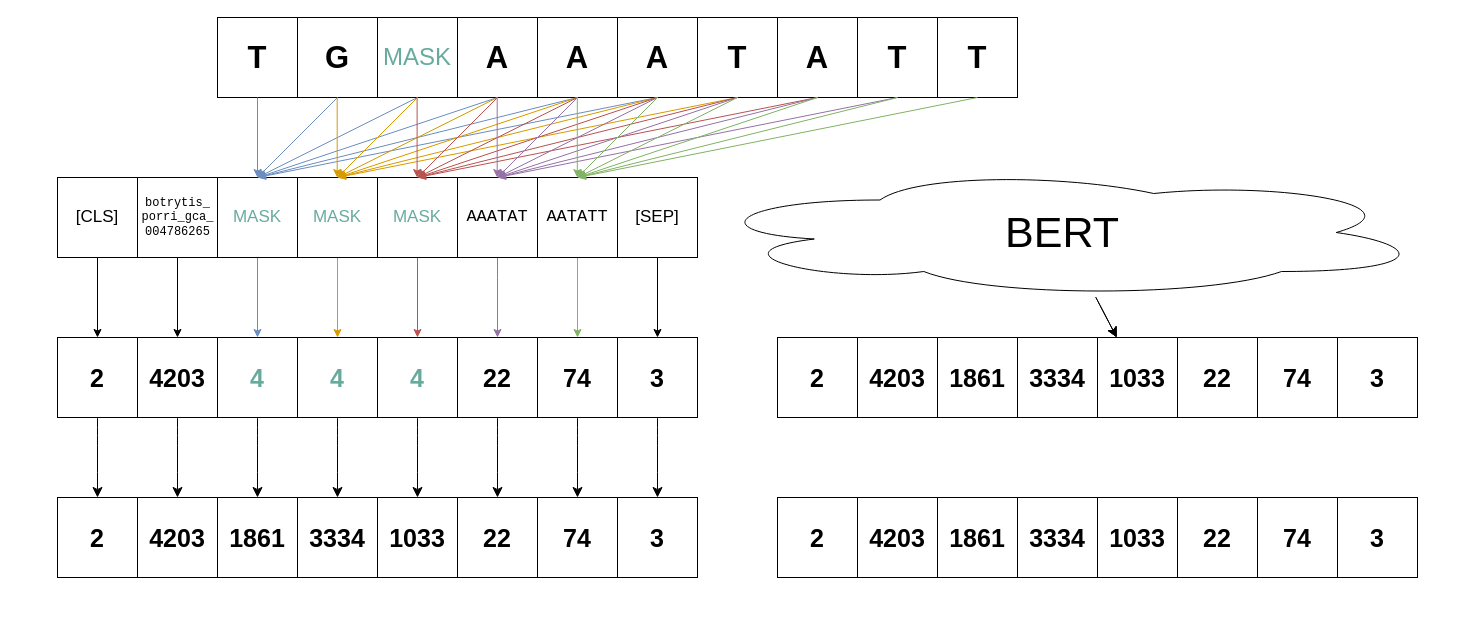
Before: loss.drawio in flyingkukri/thesis, a draw.io diagram. Source tidied: cells renumbered, new cells numbered last; positions are measured from the earlier drawing's top-left corner, leaving out a move shared by most shapes. Both pictures are drawn from the tidied source at 100%, with x=0, y=0 at pixel (57, 17).
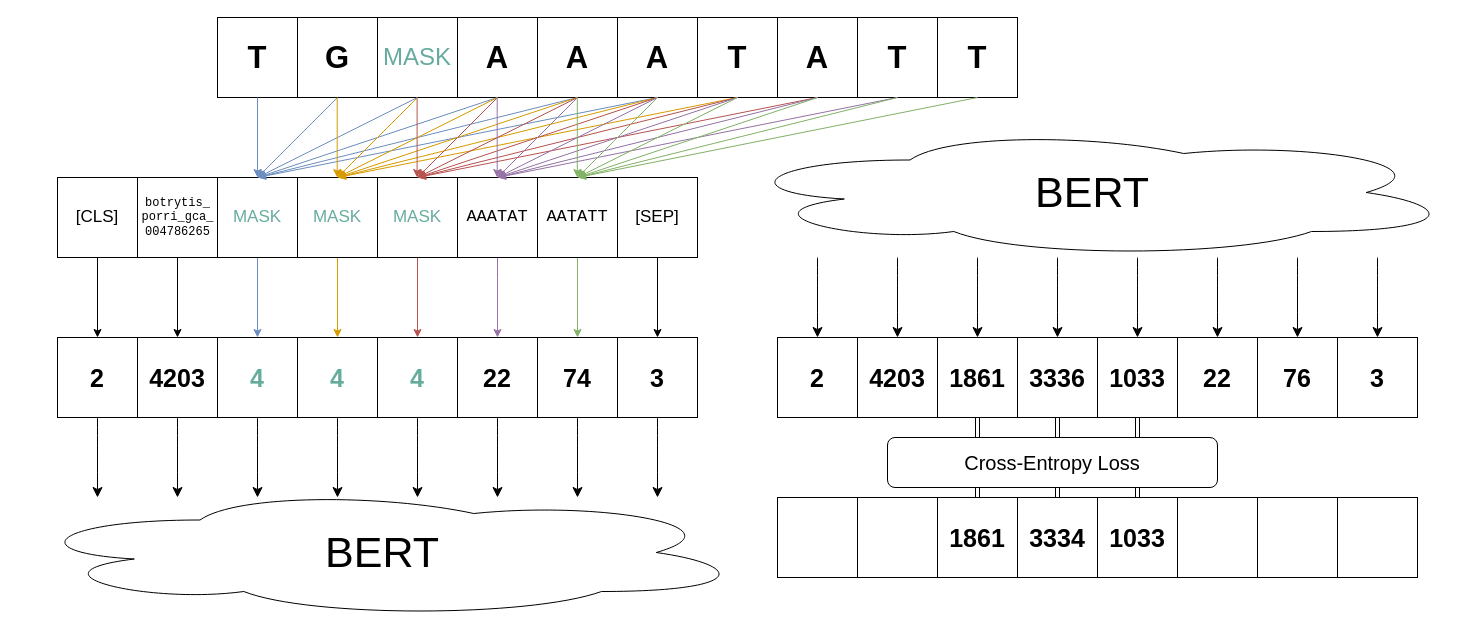
The same diagram, later.

Unchanged cells that the change refers to:
```xml
<mxCell id="23" value="4" style="whiteSpace=wrap;html=1;fontSize=25;fontStyle=1;fontColor=#67AB9F;" parent="1" vertex="1">
  <mxGeometry x="160" y="320" width="80" height="80" as="geometry" />
</mxCell>
<mxCell id="25" value="4" style="whiteSpace=wrap;html=1;fontSize=25;fontStyle=1;fontColor=#67AB9F;" parent="1" vertex="1">
  <mxGeometry x="240" y="320" width="80" height="80" as="geometry" />
</mxCell>
<mxCell id="27" value="4" style="whiteSpace=wrap;html=1;fontSize=25;fontStyle=1;fontColor=#67AB9F;" parent="1" vertex="1">
  <mxGeometry x="320" y="320" width="80" height="80" as="geometry" />
</mxCell>
<mxCell id="29" value="22" style="whiteSpace=wrap;html=1;fontSize=25;fontStyle=1;" parent="1" vertex="1">
  <mxGeometry x="400" y="320" width="80" height="80" as="geometry" />
</mxCell>
<mxCell id="31" value="74" style="whiteSpace=wrap;html=1;fontSize=25;fontStyle=1;" parent="1" vertex="1">
  <mxGeometry x="480" y="320" width="80" height="80" as="geometry" />
</mxCell>
<mxCell id="69" value="4203" style="whiteSpace=wrap;html=1;fontSize=25;fontStyle=1;" parent="1" vertex="1">
  <mxGeometry x="80" y="320" width="80" height="80" as="geometry" />
</mxCell>
<mxCell id="71" value="2" style="whiteSpace=wrap;html=1;fontSize=25;fontStyle=1;" parent="1" vertex="1">
  <mxGeometry y="320" width="80" height="80" as="geometry" />
</mxCell>
<mxCell id="73" value="3" style="whiteSpace=wrap;html=1;fontSize=25;fontStyle=1;" parent="1" vertex="1">
  <mxGeometry x="560" y="320" width="80" height="80" as="geometry" />
</mxCell>
<mxCell id="74" value="1861" style="whiteSpace=wrap;html=1;fontSize=25;fontStyle=1;" parent="1" vertex="1">
  <mxGeometry x="880" y="320" width="80" height="80" as="geometry" />
</mxCell>
<mxCell id="76" value="1033" style="whiteSpace=wrap;html=1;fontSize=25;fontStyle=1;" parent="1" vertex="1">
  <mxGeometry x="1040" y="320" width="80" height="80" as="geometry" />
</mxCell>
<mxCell id="82" value="1861" style="whiteSpace=wrap;html=1;fontSize=25;fontStyle=1;" parent="1" vertex="1">
  <mxGeometry x="880" y="480" width="80" height="80" as="geometry" />
</mxCell>
<mxCell id="83" value="3334" style="whiteSpace=wrap;html=1;fontSize=25;fontStyle=1;" parent="1" vertex="1">
  <mxGeometry x="960" y="480" width="80" height="80" as="geometry" />
</mxCell>
<mxCell id="84" value="1033" style="whiteSpace=wrap;html=1;fontSize=25;fontStyle=1;" parent="1" vertex="1">
  <mxGeometry x="1040" y="480" width="80" height="80" as="geometry" />
</mxCell>
```

Diff of the diagram source:
```diff
@@
-    <mxCell id="22" style="edgeStyle=none;curved=1;rounded=0;jettySize=auto;html=1;fontSize=12;startSize=8;endSize=8;entryX=0.5;entryY=0;entryDx=0;entryDy=0;" parent="1" edge="1" source="23" target="93">
-      <mxGeometry relative="1" as="geometry" />
+    <mxCell id="22" style="edgeStyle=none;curved=1;rounded=0;jettySize=auto;html=1;fontSize=12;startSize=8;endSize=8;entryX=0.5;entryY=0;entryDx=0;entryDy=0;" parent="1" edge="1" source="23">
+      <mxGeometry relative="1" as="geometry">
+        <mxPoint x="200" y="480" as="targetPoint" />
+      </mxGeometry>
     </mxCell>
@@
-    <mxCell id="24" style="edgeStyle=none;curved=1;rounded=0;jettySize=auto;html=1;fontSize=12;startSize=8;endSize=8;" parent="1" edge="1" source="25" target="94">
-      <mxGeometry relative="1" as="geometry" />
+    <mxCell id="24" style="edgeStyle=none;curved=1;rounded=0;jettySize=auto;html=1;fontSize=12;startSize=8;endSize=8;" parent="1" edge="1" source="25">
+      <mxGeometry relative="1" as="geometry">
+        <mxPoint x="280" y="480" as="targetPoint" />
+      </mxGeometry>
     </mxCell>
@@
-    <mxCell id="26" style="edgeStyle=none;curved=1;rounded=0;jettySize=auto;html=1;fontSize=12;startSize=8;endSize=8;" parent="1" edge="1" source="27" target="95">
-      <mxGeometry relative="1" as="geometry" />
+    <mxCell id="26" style="edgeStyle=none;curved=1;rounded=0;jettySize=auto;html=1;fontSize=12;startSize=8;endSize=8;" parent="1" edge="1" source="27">
+      <mxGeometry relative="1" as="geometry">
+        <mxPoint x="360" y="480" as="targetPoint" />
+      </mxGeometry>
     </mxCell>
@@
-    <mxCell id="28" style="edgeStyle=none;curved=1;rounded=0;jettySize=auto;html=1;fontSize=12;startSize=8;endSize=8;" parent="1" edge="1" source="29" target="96">
-      <mxGeometry relative="1" as="geometry" />
+    <mxCell id="28" style="edgeStyle=none;curved=1;rounded=0;jettySize=auto;html=1;fontSize=12;startSize=8;endSize=8;" parent="1" edge="1" source="29">
+      <mxGeometry relative="1" as="geometry">
+        <mxPoint x="440" y="480" as="targetPoint" />
+      </mxGeometry>
     </mxCell>
@@
-    <mxCell id="30" style="edgeStyle=none;curved=1;rounded=0;jettySize=auto;html=1;fontSize=12;startSize=8;endSize=8;" parent="1" edge="1" source="31" target="97">
-      <mxGeometry relative="1" as="geometry" />
+    <mxCell id="30" style="edgeStyle=none;curved=1;rounded=0;jettySize=auto;html=1;fontSize=12;startSize=8;endSize=8;" parent="1" edge="1" source="31">
+      <mxGeometry relative="1" as="geometry">
+        <mxPoint x="520" y="480" as="targetPoint" />
+      </mxGeometry>
     </mxCell>
@@
-    <mxCell id="68" style="edgeStyle=none;curved=1;rounded=0;jettySize=auto;html=1;fontSize=12;startSize=8;endSize=8;entryX=0.5;entryY=0;entryDx=0;entryDy=0;" parent="1" edge="1" source="69" target="98">
-      <mxGeometry relative="1" as="geometry" />
+    <mxCell id="68" style="edgeStyle=none;curved=1;rounded=0;jettySize=auto;html=1;fontSize=12;startSize=8;endSize=8;entryX=0.5;entryY=0;entryDx=0;entryDy=0;" parent="1" edge="1" source="69">
+      <mxGeometry relative="1" as="geometry">
+        <mxPoint x="120" y="480" as="targetPoint" />
+      </mxGeometry>
     </mxCell>
@@
-    <mxCell id="70" style="edgeStyle=none;curved=1;rounded=0;jettySize=auto;html=1;fontSize=12;startSize=8;endSize=8;" parent="1" edge="1" source="71" target="99">
-      <mxGeometry relative="1" as="geometry" />
+    <mxCell id="70" style="edgeStyle=none;curved=1;rounded=0;jettySize=auto;html=1;fontSize=12;startSize=8;endSize=8;" parent="1" edge="1" source="71">
+      <mxGeometry relative="1" as="geometry">
+        <mxPoint x="40" y="480" as="targetPoint" />
+      </mxGeometry>
     </mxCell>
@@
-    <mxCell id="72" style="edgeStyle=none;curved=1;rounded=0;jettySize=auto;html=1;fontSize=12;startSize=8;endSize=8;" parent="1" edge="1" source="73" target="100">
-      <mxGeometry relative="1" as="geometry" />
+    <mxCell id="72" style="edgeStyle=none;curved=1;rounded=0;jettySize=auto;html=1;fontSize=12;startSize=8;endSize=8;" parent="1" edge="1" source="73">
+      <mxGeometry relative="1" as="geometry">
+        <mxPoint x="600" y="480" as="targetPoint" />
+      </mxGeometry>
     </mxCell>
@@
+    <mxCell id="101" style="edgeStyle=orthogonalEdgeStyle;rounded=0;jettySize=auto;html=1;shape=link;" parent="1" edge="1" source="74" target="82">
+      <mxGeometry relative="1" as="geometry" />
+    </mxCell>
@@
+    <mxCell id="102" style="edgeStyle=orthogonalEdgeStyle;rounded=0;jettySize=auto;html=1;shape=link;" parent="1" edge="1" source="75" target="83">
+      <mxGeometry relative="1" as="geometry" />
+    </mxCell>
-    <mxCell id="75" value="3334" style="whiteSpace=wrap;html=1;fontSize=25;fontStyle=1;" parent="1" vertex="1">
+    <mxCell id="75" value="3336" style="whiteSpace=wrap;html=1;fontSize=25;fontStyle=1;" parent="1" vertex="1">
       <mxGeometry x="960" y="320" width="80" height="80" as="geometry" />
     </mxCell>
+    <mxCell id="103" style="edgeStyle=orthogonalEdgeStyle;rounded=0;jettySize=auto;html=1;shape=link;" parent="1" edge="1" source="76" target="84">
+      <mxGeometry relative="1" as="geometry" />
+    </mxCell>
@@
-    <mxCell id="78" value="74" style="whiteSpace=wrap;html=1;fontSize=25;fontStyle=1;" parent="1" vertex="1">
+    <mxCell id="78" value="76" style="whiteSpace=wrap;html=1;fontSize=25;fontStyle=1;" parent="1" vertex="1">
       <mxGeometry x="1200" y="320" width="80" height="80" as="geometry" />
     </mxCell>
@@
-    <mxCell id="85" value="22" style="whiteSpace=wrap;html=1;fontSize=25;fontStyle=1;" parent="1" vertex="1">
+    <mxCell id="85" style="whiteSpace=wrap;html=1;fontSize=25;fontStyle=1;" parent="1" vertex="1">
       <mxGeometry x="1120" y="480" width="80" height="80" as="geometry" />
     </mxCell>
-    <mxCell id="86" value="74" style="whiteSpace=wrap;html=1;fontSize=25;fontStyle=1;" parent="1" vertex="1">
+    <mxCell id="86" style="whiteSpace=wrap;html=1;fontSize=25;fontStyle=1;" parent="1" vertex="1">
       <mxGeometry x="1200" y="480" width="80" height="80" as="geometry" />
     </mxCell>
-    <mxCell id="87" value="4203" style="whiteSpace=wrap;html=1;fontSize=25;fontStyle=1;" parent="1" vertex="1">
+    <mxCell id="87" style="whiteSpace=wrap;html=1;fontSize=25;fontStyle=1;" parent="1" vertex="1">
       <mxGeometry x="800" y="480" width="80" height="80" as="geometry" />
     </mxCell>
-    <mxCell id="88" value="2" style="whiteSpace=wrap;html=1;fontSize=25;fontStyle=1;" parent="1" vertex="1">
+    <mxCell id="88" style="whiteSpace=wrap;html=1;fontSize=25;fontStyle=1;" parent="1" vertex="1">
       <mxGeometry x="720" y="480" width="80" height="80" as="geometry" />
     </mxCell>
-    <mxCell id="89" value="3" style="whiteSpace=wrap;html=1;fontSize=25;fontStyle=1;" parent="1" vertex="1">
+    <mxCell id="89" style="whiteSpace=wrap;html=1;fontSize=25;fontStyle=1;" parent="1" vertex="1">
       <mxGeometry x="1280" y="480" width="80" height="80" as="geometry" />
     </mxCell>
-    <mxCell id="90" style="edgeStyle=none;curved=1;rounded=0;jettySize=auto;html=1;fontSize=12;startSize=8;endSize=8;" parent="1" edge="1" source="92" target="76">
-      <mxGeometry relative="1" as="geometry" />
-    </mxCell>
-    <mxCell id="91" style="edgeStyle=none;curved=1;rounded=0;jettySize=auto;html=1;fontSize=12;startSize=8;endSize=8;" parent="1" edge="1" source="92" target="76">
-      <mxGeometry relative="1" as="geometry" />
-    </mxCell>
     <mxCell id="92" value="BERT" style="ellipse;shape=cloud;whiteSpace=wrap;html=1;fontSize=43;" parent="1" vertex="1">
-      <mxGeometry x="640" y="150" width="730" height="130" as="geometry" />
+      <mxGeometry x="670" y="110" width="730" height="130" as="geometry" />
     </mxCell>
-    <mxCell id="93" value="1861" style="whiteSpace=wrap;html=1;fontSize=25;fontStyle=1;" parent="1" vertex="1">
-      <mxGeometry x="160" y="480" width="80" height="80" as="geometry" />
-    </mxCell>
-    <mxCell id="94" value="3334" style="whiteSpace=wrap;html=1;fontSize=25;fontStyle=1;" parent="1" vertex="1">
-      <mxGeometry x="240" y="480" width="80" height="80" as="geometry" />
-    </mxCell>
-    <mxCell id="95" value="1033" style="whiteSpace=wrap;html=1;fontSize=25;fontStyle=1;" parent="1" vertex="1">
-      <mxGeometry x="320" y="480" width="80" height="80" as="geometry" />
-    </mxCell>
-    <mxCell id="96" value="22" style="whiteSpace=wrap;html=1;fontSize=25;fontStyle=1;" parent="1" vertex="1">
-      <mxGeometry x="400" y="480" width="80" height="80" as="geometry" />
-    </mxCell>
-    <mxCell id="97" value="74" style="whiteSpace=wrap;html=1;fontSize=25;fontStyle=1;" parent="1" vertex="1">
-      <mxGeometry x="480" y="480" width="80" height="80" as="geometry" />
-    </mxCell>
-    <mxCell id="98" value="4203" style="whiteSpace=wrap;html=1;fontSize=25;fontStyle=1;" parent="1" vertex="1">
-      <mxGeometry x="80" y="480" width="80" height="80" as="geometry" />
-    </mxCell>
-    <mxCell id="99" value="2" style="whiteSpace=wrap;html=1;fontSize=25;fontStyle=1;" parent="1" vertex="1">
-      <mxGeometry y="480" width="80" height="80" as="geometry" />
-    </mxCell>
-    <mxCell id="100" value="3" style="whiteSpace=wrap;html=1;fontSize=25;fontStyle=1;" parent="1" vertex="1">
-      <mxGeometry x="560" y="480" width="80" height="80" as="geometry" />
-    </mxCell>
+    <mxCell id="104" value="BERT" style="ellipse;shape=cloud;whiteSpace=wrap;html=1;fontSize=43;" parent="1" vertex="1">
+      <mxGeometry x="-40" y="470" width="730" height="130" as="geometry" />
+    </mxCell>
+    <mxCell id="105" style="edgeStyle=none;curved=1;rounded=0;orthogonalLoop=1;jettySize=auto;html=1;fontSize=12;startSize=8;endSize=8;entryX=0.5;entryY=0;entryDx=0;entryDy=0;" parent="1" edge="1">
+      <mxGeometry relative="1" as="geometry">
+        <mxPoint x="920" y="240" as="sourcePoint" />
+        <mxPoint x="920" y="320" as="targetPoint" />
+      </mxGeometry>
+    </mxCell>
+    <mxCell id="106" style="edgeStyle=none;curved=1;rounded=0;orthogonalLoop=1;jettySize=auto;html=1;fontSize=12;startSize=8;endSize=8;" parent="1" edge="1">
+      <mxGeometry relative="1" as="geometry">
+        <mxPoint x="1000" y="240" as="sourcePoint" />
+        <mxPoint x="1000" y="320" as="targetPoint" />
+      </mxGeometry>
+    </mxCell>
+    <mxCell id="107" style="edgeStyle=none;curved=1;rounded=0;orthogonalLoop=1;jettySize=auto;html=1;fontSize=12;startSize=8;endSize=8;" parent="1" edge="1">
+      <mxGeometry relative="1" as="geometry">
+        <mxPoint x="1080" y="240" as="sourcePoint" />
+        <mxPoint x="1080" y="320" as="targetPoint" />
+      </mxGeometry>
+    </mxCell>
+    <mxCell id="108" style="edgeStyle=none;curved=1;rounded=0;orthogonalLoop=1;jettySize=auto;html=1;fontSize=12;startSize=8;endSize=8;" parent="1" edge="1">
+      <mxGeometry relative="1" as="geometry">
+        <mxPoint x="1160" y="240" as="sourcePoint" />
+        <mxPoint x="1160" y="320" as="targetPoint" />
+      </mxGeometry>
+    </mxCell>
+    <mxCell id="109" style="edgeStyle=none;curved=1;rounded=0;orthogonalLoop=1;jettySize=auto;html=1;fontSize=12;startSize=8;endSize=8;" parent="1" edge="1">
+      <mxGeometry relative="1" as="geometry">
+        <mxPoint x="1240" y="240" as="sourcePoint" />
+        <mxPoint x="1240" y="320" as="targetPoint" />
+      </mxGeometry>
+    </mxCell>
+    <mxCell id="110" style="edgeStyle=none;curved=1;rounded=0;orthogonalLoop=1;jettySize=auto;html=1;fontSize=12;startSize=8;endSize=8;entryX=0.5;entryY=0;entryDx=0;entryDy=0;" parent="1" edge="1">
+      <mxGeometry relative="1" as="geometry">
+        <mxPoint x="840" y="240" as="sourcePoint" />
+        <mxPoint x="840" y="320" as="targetPoint" />
+      </mxGeometry>
+    </mxCell>
+    <mxCell id="111" style="edgeStyle=none;curved=1;rounded=0;orthogonalLoop=1;jettySize=auto;html=1;fontSize=12;startSize=8;endSize=8;" parent="1" edge="1">
+      <mxGeometry relative="1" as="geometry">
+        <mxPoint x="760" y="240" as="sourcePoint" />
+        <mxPoint x="760" y="320" as="targetPoint" />
+      </mxGeometry>
+    </mxCell>
+    <mxCell id="112" style="edgeStyle=none;curved=1;rounded=0;orthogonalLoop=1;jettySize=auto;html=1;fontSize=12;startSize=8;endSize=8;" parent="1" edge="1">
+      <mxGeometry relative="1" as="geometry">
+        <mxPoint x="1320" y="240" as="sourcePoint" />
+        <mxPoint x="1320" y="320" as="targetPoint" />
+      </mxGeometry>
+    </mxCell>
+    <mxCell id="113" value="Cross-Entropy Loss" style="rounded=1;whiteSpace=wrap;html=1;fontSize=20;" parent="1" vertex="1">
+      <mxGeometry x="830" y="420" width="330" height="50" as="geometry" />
+    </mxCell>
```
